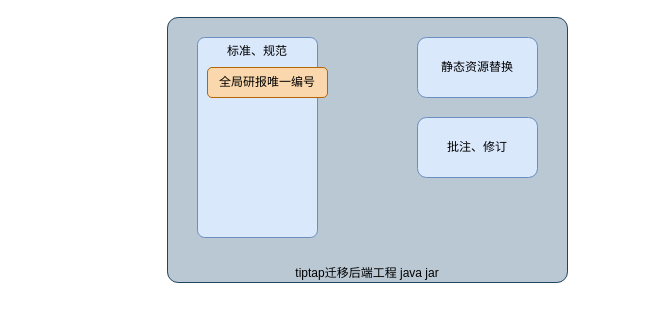
Before: tiptapRendering-JAVA.drawio in lance631/notes, a draw.io diagram. Source tidied: cells renumbered, new cells numbered last; positions are measured from the earlier drawing's top-left corner, leaving out a move shared by most shapes. Both pictures are drawn from the tidied source at 100%, with x=0, y=0 at pixel (167, 17).
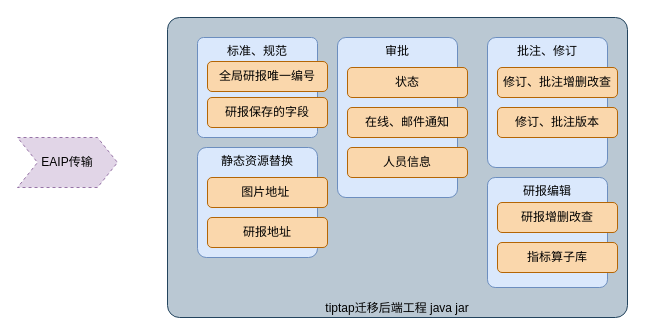
Above is the later version.

The edit, as a diff of the source:
```diff
@@
 <mxGraphModel>
   <root>
     <mxCell id="0" />
     <mxCell id="1" parent="0" />
     <mxCell id="2" value="tiptap迁移后端工程 java jar" style="rounded=1;whiteSpace=wrap;html=1;fillColor=#bac8d3;strokeColor=#23445d;verticalAlign=bottom;arcSize=4;" parent="1" vertex="1">
-      <mxGeometry width="400" height="265" as="geometry" />
+      <mxGeometry width="460" height="300" as="geometry" />
     </mxCell>
     <mxCell id="3" value="标准、规范" style="rounded=1;whiteSpace=wrap;html=1;fillColor=#dae8fc;strokeColor=#6c8ebf;arcSize=6;verticalAlign=top;" parent="1" vertex="1">
-      <mxGeometry x="30" y="20" width="120" height="200" as="geometry" />
+      <mxGeometry x="30" y="20" width="120" height="100" as="geometry" />
     </mxCell>
-    <mxCell id="4" value="静态资源替换" style="rounded=1;whiteSpace=wrap;html=1;fillColor=#dae8fc;strokeColor=#6c8ebf;" parent="1" vertex="1">
-      <mxGeometry x="250" y="20" width="120" height="60" as="geometry" />
+    <mxCell id="4" value="静态资源替换" style="rounded=1;whiteSpace=wrap;html=1;fillColor=#dae8fc;strokeColor=#6c8ebf;verticalAlign=top;arcSize=8;" parent="1" vertex="1">
+      <mxGeometry x="30" y="130" width="120" height="110" as="geometry" />
     </mxCell>
-    <mxCell id="5" value="批注、修订" style="rounded=1;whiteSpace=wrap;html=1;fillColor=#dae8fc;strokeColor=#6c8ebf;" parent="1" vertex="1">
-      <mxGeometry x="250" y="100" width="120" height="60" as="geometry" />
+    <mxCell id="5" value="批注、修订" style="rounded=1;whiteSpace=wrap;html=1;fillColor=#dae8fc;strokeColor=#6c8ebf;verticalAlign=top;arcSize=7;" parent="1" vertex="1">
+      <mxGeometry x="320" y="20" width="120" height="130" as="geometry" />
     </mxCell>
     <mxCell id="6" value="全局研报唯一编号" style="rounded=1;whiteSpace=wrap;html=1;fillColor=#fad7ac;strokeColor=#b46504;" parent="1" vertex="1">
-      <mxGeometry x="40" y="50" width="120" height="30" as="geometry" />
+      <mxGeometry x="40" y="44" width="120" height="30" as="geometry" />
     </mxCell>
+    <mxCell id="7" value="修订、批注版本" style="rounded=1;whiteSpace=wrap;html=1;fillColor=#fad7ac;strokeColor=#b46504;" parent="1" vertex="1">
+      <mxGeometry x="330" y="90" width="120" height="30" as="geometry" />
+    </mxCell>
+    <mxCell id="8" value="图片地址&amp;nbsp;" style="rounded=1;whiteSpace=wrap;html=1;fillColor=#fad7ac;strokeColor=#b46504;" parent="1" vertex="1">
+      <mxGeometry x="40" y="160" width="120" height="30" as="geometry" />
+    </mxCell>
+    <mxCell id="9" value="研报地址" style="rounded=1;whiteSpace=wrap;html=1;fillColor=#fad7ac;strokeColor=#b46504;" parent="1" vertex="1">
+      <mxGeometry x="40" y="200" width="120" height="30" as="geometry" />
+    </mxCell>
+    <mxCell id="10" value="审批" style="rounded=1;whiteSpace=wrap;html=1;fillColor=#dae8fc;strokeColor=#6c8ebf;verticalAlign=top;arcSize=7;" parent="1" vertex="1">
+      <mxGeometry x="170" y="20" width="120" height="160" as="geometry" />
+    </mxCell>
+    <mxCell id="11" value="研报保存的字段" style="rounded=1;whiteSpace=wrap;html=1;fillColor=#fad7ac;strokeColor=#b46504;" parent="1" vertex="1">
+      <mxGeometry x="40" y="80" width="120" height="30" as="geometry" />
+    </mxCell>
+    <mxCell id="12" value="修订、批注增删改查" style="rounded=1;whiteSpace=wrap;html=1;fillColor=#fad7ac;strokeColor=#b46504;" parent="1" vertex="1">
+      <mxGeometry x="330" y="50" width="120" height="30" as="geometry" />
+    </mxCell>
+    <mxCell id="13" value="状态" style="rounded=1;whiteSpace=wrap;html=1;fillColor=#fad7ac;strokeColor=#b46504;" parent="1" vertex="1">
+      <mxGeometry x="180" y="50" width="120" height="30" as="geometry" />
+    </mxCell>
+    <mxCell id="14" value="在线、邮件通知" style="rounded=1;whiteSpace=wrap;html=1;fillColor=#fad7ac;strokeColor=#b46504;" parent="1" vertex="1">
+      <mxGeometry x="180" y="90" width="120" height="30" as="geometry" />
+    </mxCell>
+    <mxCell id="15" value="人员信息" style="rounded=1;whiteSpace=wrap;html=1;fillColor=#fad7ac;strokeColor=#b46504;" parent="1" vertex="1">
+      <mxGeometry x="180" y="130" width="120" height="30" as="geometry" />
+    </mxCell>
+    <mxCell id="16" value="EAIP传输" style="shape=step;perimeter=stepPerimeter;whiteSpace=wrap;html=1;fixedSize=1;fillColor=#e1d5e7;strokeColor=#9673a6;dashed=1;" parent="1" vertex="1">
+      <mxGeometry x="-150" y="120" width="100" height="50" as="geometry" />
+    </mxCell>
+    <mxCell id="17" value="研报编辑" style="rounded=1;whiteSpace=wrap;html=1;fillColor=#dae8fc;strokeColor=#6c8ebf;verticalAlign=top;arcSize=7;" parent="1" vertex="1">
+      <mxGeometry x="320" y="160" width="120" height="110" as="geometry" />
+    </mxCell>
+    <mxCell id="18" value="研报增删改查" style="rounded=1;whiteSpace=wrap;html=1;fillColor=#fad7ac;strokeColor=#b46504;" parent="1" vertex="1">
+      <mxGeometry x="330" y="185" width="120" height="30" as="geometry" />
+    </mxCell>
+    <mxCell id="19" value="指标算子库" style="rounded=1;whiteSpace=wrap;html=1;fillColor=#fad7ac;strokeColor=#b46504;" parent="1" vertex="1">
+      <mxGeometry x="330" y="225" width="120" height="30" as="geometry" />
+    </mxCell>
   </root>
 </mxGraphModel>
```
